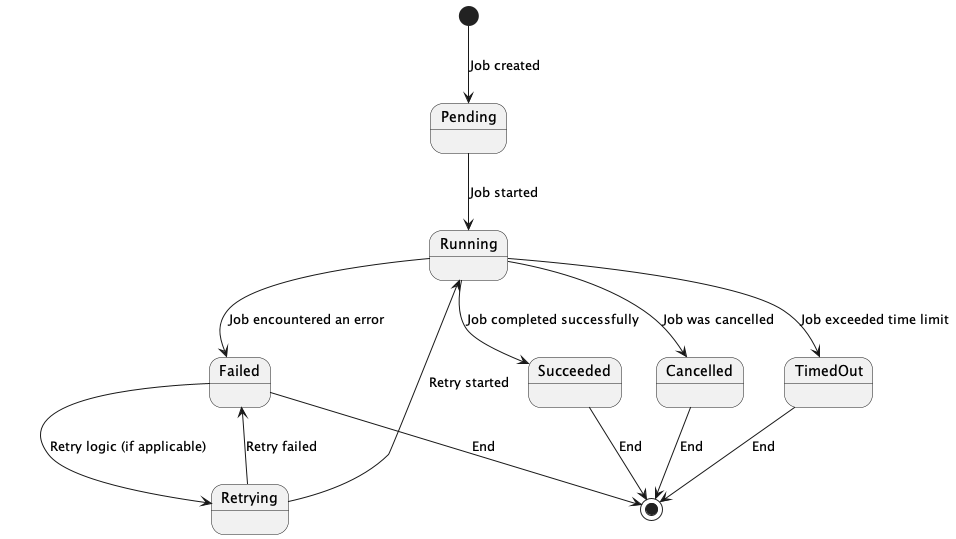
This is doc/img/job_state.png from cybergarage/go-job, a PlantUML export, as it was before one commit.
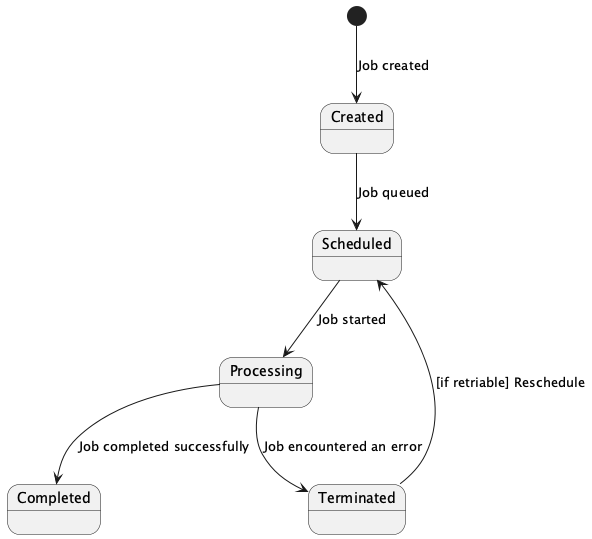
The same file after the commit.

Diff of the diagram source:
```diff
@@ -1,18 +1,11 @@
 @startuml
-[*] --> Pending : Job created
+[*] --> Created : Job created
 
-Pending --> Running : Job started
-Running --> Succeeded : Job completed successfully
-Running --> Failed : Job encountered an error
-Running --> Cancelled : Job was cancelled
-Running --> TimedOut : Job exceeded time limit
+Created --> Scheduled : Job queued
+Scheduled --> Processing : Job started
+Processing --> Completed : Job completed successfully
+Processing --> Terminated : Job encountered an error
+Terminated --> Scheduled : [if retriable] Reschedule
 
-Failed --> Retrying : Retry logic (if applicable)
-Retrying --> Running : Retry started
-Retrying --> Failed : Retry failed
 
-Cancelled --> [*] : End
-Succeeded --> [*] : End
-TimedOut --> [*] : End
-Failed --> [*] : End
 @enduml
```
